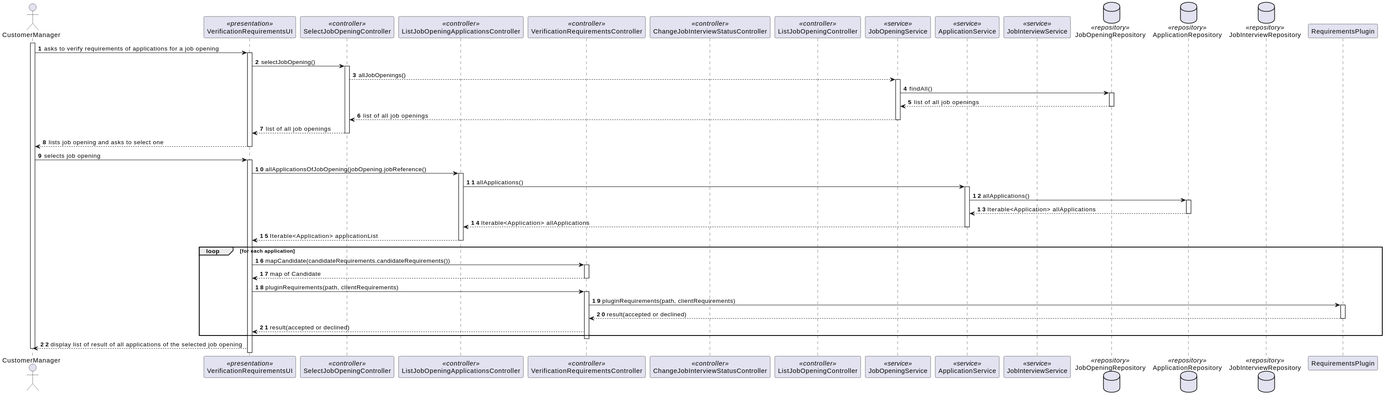
This is docs/SprintC/11-verification_of_requirements/sequence-diagram.svg from MiguelCardoso77/LAPR4, a PlantUML export, as it was before one commit. Its diagram source:
```plantuml
@startuml
autonumber

actor CustomerManager

participant VerificationRequirementsUI <<presentation>>


participant SelectJobOpeningController <<controller>>
participant ListJobOpeningController <<controller>>
participant ListJobOpeningApplicationsController <<controller>>
participant VerificationRequirementsController <<controller>>
participant ChangeJobInterviewStatusController <<controller>>
participant ListJobOpeningController <<controller>>

participant JobOpeningService <<service>>
participant ApplicationService <<service>>
participant JobInterviewService <<service>>

database JobOpeningRepository <<repository>>
database ApplicationRepository <<repository>>
database JobInterviewRepository <<repository>>

activate CustomerManager

        CustomerManager -> VerificationRequirementsUI : asks to verify requirements of applications for a job opening

        activate VerificationRequirementsUI

        VerificationRequirementsUI -> SelectJobOpeningController : selectJobOpening()

        activate SelectJobOpeningController



            SelectJobOpeningController --> JobOpeningService : allJobOpenings()

        activate JobOpeningService

        JobOpeningService -> JobOpeningRepository : findAll()

        activate JobOpeningRepository

        JobOpeningRepository --> JobOpeningService  : list of all job openings

        deactivate JobOpeningRepository

        JobOpeningService --> SelectJobOpeningController : list of all job openings

        deactivate JobOpeningService

        SelectJobOpeningController --> VerificationRequirementsUI : list of all job openings

        deactivate SelectJobOpeningController

        VerificationRequirementsUI --> CustomerManager : lists job opening and asks to select one

        deactivate VerificationRequirementsUI

CustomerManager -> VerificationRequirementsUI : selects job opening

    activate VerificationRequirementsUI

        VerificationRequirementsUI -> ListJobOpeningApplicationsController : allApplicationsOfJobOpening(jobOpening.jobReference()
        activate ListJobOpeningApplicationsController

            ListJobOpeningApplicationsController -> ApplicationService : allApplications()
            activate ApplicationService

                ApplicationService -> ApplicationRepository : allApplications()
                activate ApplicationRepository

                    ApplicationRepository --> ApplicationService : Iterable<Application> allApplications
                deactivate ApplicationRepository


            ApplicationService --> ListJobOpeningApplicationsController : Iterable<Application> allApplications

                deactivate ApplicationService

            ListJobOpeningApplicationsController --> VerificationRequirementsUI : Iterable<Application> applicationList

        deactivate ListJobOpeningApplicationsController

loop for each application

        VerificationRequirementsUI -> VerificationRequirementsController : mapCandidate(candidateRequirements.candidateRequirements())

        activate VerificationRequirementsController

        VerificationRequirementsController --> VerificationRequirementsUI : map of Candidate

        deactivate VerificationRequirementsController

        VerificationRequirementsUI -> VerificationRequirementsController : pluginRequirements(path, clientRequirements)

        activate VerificationRequirementsController

        VerificationRequirementsController -> RequirementsPlugin : pluginRequirements(path, clientRequirements)

        activate RequirementsPlugin

        RequirementsPlugin --> VerificationRequirementsController : result(accepted or declined)

        deactivate RequirementsPlugin

        VerificationRequirementsController --> VerificationRequirementsUI : result(accepted or declined)

end

        deactivate VerificationRequirementsController

        VerificationRequirementsUI --> CustomerManager : display list of result of all applications of the selected job opening






deactivate CustomerManager
@enduml
```
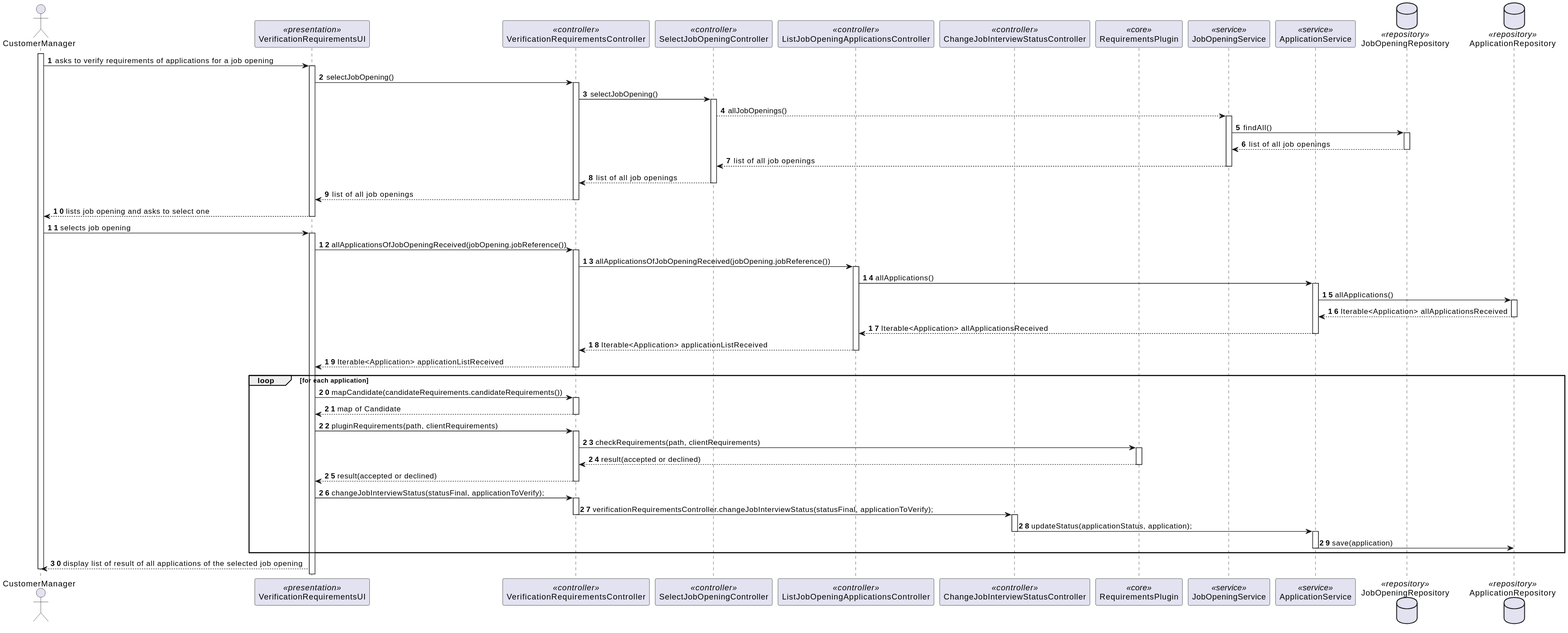
The same file after the commit.

Change to the diagram source:
```diff
@@ -5,21 +5,20 @@
 
 participant VerificationRequirementsUI <<presentation>>
 
+participant VerificationRequirementsController <<controller>>
 
 participant SelectJobOpeningController <<controller>>
-participant ListJobOpeningController <<controller>>
 participant ListJobOpeningApplicationsController <<controller>>
-participant VerificationRequirementsController <<controller>>
 participant ChangeJobInterviewStatusController <<controller>>
-participant ListJobOpeningController <<controller>>
+
+participant RequirementsPlugin <<core>>
+
 
 participant JobOpeningService <<service>>
 participant ApplicationService <<service>>
-participant JobInterviewService <<service>>
 
 database JobOpeningRepository <<repository>>
 database ApplicationRepository <<repository>>
-database JobInterviewRepository <<repository>>
 
 activate CustomerManager
 
@@ -27,7 +26,11 @@
 
         activate VerificationRequirementsUI
 
-        VerificationRequirementsUI -> SelectJobOpeningController : selectJobOpening()
+        VerificationRequirementsUI -> VerificationRequirementsController: selectJobOpening()
+
+        activate VerificationRequirementsController
+
+        VerificationRequirementsController -> SelectJobOpeningController : selectJobOpening()
 
         activate SelectJobOpeningController
 
@@ -49,9 +52,13 @@
 
         deactivate JobOpeningService
 
-        SelectJobOpeningController --> VerificationRequirementsUI : list of all job openings
+        SelectJobOpeningController --> VerificationRequirementsController : list of all job openings
 
         deactivate SelectJobOpeningController
+
+        VerificationRequirementsController --> VerificationRequirementsUI : list of all job openings
+
+        deactivate VerificationRequirementsController
 
         VerificationRequirementsUI --> CustomerManager : lists job opening and asks to select one
 
@@ -61,7 +68,12 @@
 
     activate VerificationRequirementsUI
 
-        VerificationRequirementsUI -> ListJobOpeningApplicationsController : allApplicationsOfJobOpening(jobOpening.jobReference()
+        VerificationRequirementsUI -> VerificationRequirementsController : allApplicationsOfJobOpeningReceived(jobOpening.jobReference())
+
+        activate VerificationRequirementsController
+
+        VerificationRequirementsController -> ListJobOpeningApplicationsController : allApplicationsOfJobOpeningReceived(jobOpening.jobReference())
+
         activate ListJobOpeningApplicationsController
 
             ListJobOpeningApplicationsController -> ApplicationService : allApplications()
@@ -70,17 +82,21 @@
                 ApplicationService -> ApplicationRepository : allApplications()
                 activate ApplicationRepository
 
-                    ApplicationRepository --> ApplicationService : Iterable<Application> allApplications
+                    ApplicationRepository --> ApplicationService : Iterable<Application> allApplicationsReceived
                 deactivate ApplicationRepository
 
 
-            ApplicationService --> ListJobOpeningApplicationsController : Iterable<Application> allApplications
+            ApplicationService --> ListJobOpeningApplicationsController : Iterable<Application> allApplicationsReceived
 
                 deactivate ApplicationService
 
-            ListJobOpeningApplicationsController --> VerificationRequirementsUI : Iterable<Application> applicationList
+            ListJobOpeningApplicationsController --> VerificationRequirementsController : Iterable<Application> applicationListReceived
 
         deactivate ListJobOpeningApplicationsController
+
+        VerificationRequirementsController --> VerificationRequirementsUI : Iterable<Application> applicationListReceived
+
+        deactivate VerificationRequirementsController
 
 loop for each application
 
@@ -96,7 +112,7 @@
 
         activate VerificationRequirementsController
 
-        VerificationRequirementsController -> RequirementsPlugin : pluginRequirements(path, clientRequirements)
+        VerificationRequirementsController -> RequirementsPlugin : checkRequirements(path, clientRequirements)
 
         activate RequirementsPlugin
 
@@ -106,7 +122,27 @@
 
         VerificationRequirementsController --> VerificationRequirementsUI : result(accepted or declined)
 
+        deactivate VerificationRequirementsController
+
+        VerificationRequirementsUI -> VerificationRequirementsController : changeJobInterviewStatus(statusFinal, applicationToVerify);
+
+        activate VerificationRequirementsController
+
+        VerificationRequirementsController -> ChangeJobInterviewStatusController: verificationRequirementsController.changeJobInterviewStatus(statusFinal, applicationToVerify);
+
+        deactivate VerificationRequirementsController
+        activate ChangeJobInterviewStatusController
+
+        ChangeJobInterviewStatusController -> ApplicationService : updateStatus(applicationStatus, application);
+        deactivate ChangeJobInterviewStatusController
+        activate ApplicationService
+
+        ApplicationService -> ApplicationRepository: save(application)
+
+        deactivate ApplicationService
+
 end
+
 
         deactivate VerificationRequirementsController
 
```
